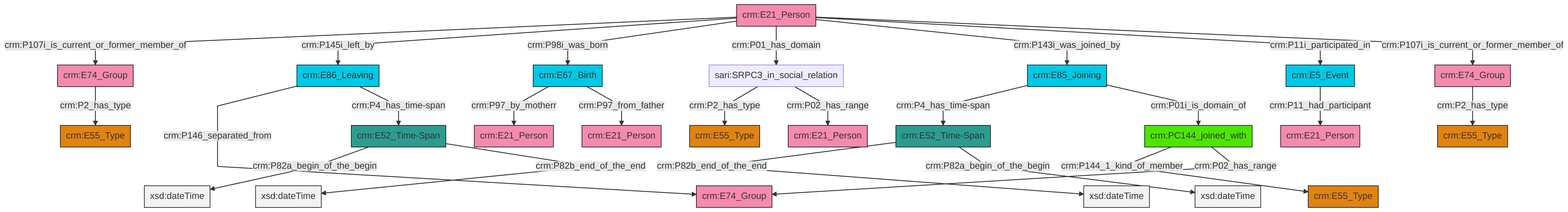
Before: et/personCSV/ttl/mmd/png/Person_Actor_Relations.png, a diagram exported from Mermaid (swiss-art-research-net/docs.swissartresearch). Its source is kept beside it as et/personCSV/ttl/mmd/Person_Actor_Relations.ttl.mmd. Source of this version:
```mermaid
graph TD
classDef Literal fill:#f2f2f2,stroke:#000000;
classDef CRM_Entity fill:#FFFFFF,stroke:#000000;
classDef Temporal_Entity fill:#00C9E6, stroke:#000000;
classDef Type fill:#E18312, stroke:#000000;
classDef Time-Span fill:#2C9C91, stroke:#000000;
classDef Appellation fill:#FFEB7F, stroke:#000000;
classDef Place fill:#008836, stroke:#000000;
classDef Persistent_Item fill:#B266B2, stroke:#000000;
classDef Conceptual_Object fill:#FFD700, stroke:#000000;
classDef Physical_Thing fill:#D2B48C, stroke:#000000;
classDef Actor fill:#f58aad, stroke:#000000;
classDef PC_Classes fill:#4ce600, stroke:#000000;
classDef Multi fill:#cccccc,stroke:#000000;

0["crm:E86_Leaving"]:::Temporal_Entity -->|crm:P146_separated_from| 1["crm:E74_Group"]:::Actor
2["crm:E67_Birth"]:::Temporal_Entity -->|crm:P97_by_motherr| 3["crm:E21_Person"]:::Actor
4["crm:E85_Joining"]:::Temporal_Entity -->|crm:P4_has_time-span| 5["crm:E52_Time-Span"]:::Time-Span
6["crm:E21_Person"]:::Actor -->|crm:P107i_is_current_or_former_member_of| 7["crm:E74_Group"]:::Actor
6["crm:E21_Person"]:::Actor -->|crm:P145i_left_by| 0["crm:E86_Leaving"]:::Temporal_Entity
6["crm:E21_Person"]:::Actor -->|crm:P98i_was_born| 2["crm:E67_Birth"]:::Temporal_Entity
10["crm:E52_Time-Span"]:::Time-Span -->|crm:P82a_begin_of_the_begin| 11[xsd:dateTime]:::Literal
16["crm:E5_Event"]:::Temporal_Entity -->|crm:P11_had_participant| 17["crm:E21_Person"]:::Actor
18["sari:SRPC3_in_social_relation"]:::Default -->|crm:P2_has_type| 19["crm:E55_Type"]:::Type
6["crm:E21_Person"]:::Actor -->|crm:P01_has_domain| 18["sari:SRPC3_in_social_relation"]:::Default
8["crm:E74_Group"]:::Actor -->|crm:P2_has_type| 12["crm:E55_Type"]:::Type
14["crm:PC144_joined_with"]:::PC_Classes -->|crm:P144_1_kind_of_member| 21["crm:E55_Type"]:::Type
7["crm:E74_Group"]:::Actor -->|crm:P2_has_type| 23["crm:E55_Type"]:::Type
6["crm:E21_Person"]:::Actor -->|crm:P143i_was_joined_by| 4["crm:E85_Joining"]:::Temporal_Entity
18["sari:SRPC3_in_social_relation"]:::Default -->|crm:P02_has_range| 27["crm:E21_Person"]:::Actor
5["crm:E52_Time-Span"]:::Time-Span -->|crm:P82b_end_of_the_end| 31[xsd:dateTime]:::Literal
10["crm:E52_Time-Span"]:::Time-Span -->|crm:P82b_end_of_the_end| 33[xsd:dateTime]:::Literal
6["crm:E21_Person"]:::Actor -->|crm:P11i_participated_in| 16["crm:E5_Event"]:::Temporal_Entity
0["crm:E86_Leaving"]:::Temporal_Entity -->|crm:P4_has_time-span| 10["crm:E52_Time-Span"]:::Time-Span
4["crm:E85_Joining"]:::Temporal_Entity -->|crm:P01i_is_domain_of| 14["crm:PC144_joined_with"]:::PC_Classes
2["crm:E67_Birth"]:::Temporal_Entity -->|crm:P97_from_father| 37["crm:E21_Person"]:::Actor
6["crm:E21_Person"]:::Actor -->|crm:P107i_is_current_or_former_member_of| 8["crm:E74_Group"]:::Actor
14["crm:PC144_joined_with"]:::PC_Classes -->|crm:P02_has_range| 1["crm:E74_Group"]:::Actor
5["crm:E52_Time-Span"]:::Time-Span -->|crm:P82a_begin_of_the_begin| 46[xsd:dateTime]:::Literal
```
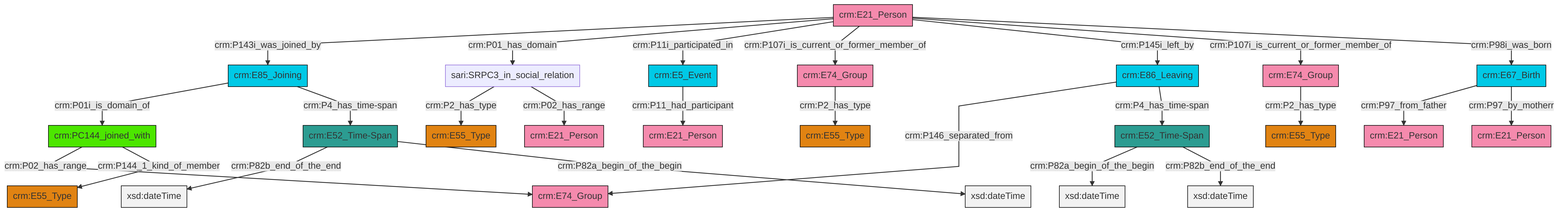
After the commit.

The edit, as a diff of the source:
```diff
@@ -13,27 +13,27 @@
 classDef PC_Classes fill:#4ce600, stroke:#000000;
 classDef Multi fill:#cccccc,stroke:#000000;
 
-0["crm:E86_Leaving"]:::Temporal_Entity -->|crm:P146_separated_from| 1["crm:E74_Group"]:::Actor
-2["crm:E67_Birth"]:::Temporal_Entity -->|crm:P97_by_motherr| 3["crm:E21_Person"]:::Actor
-4["crm:E85_Joining"]:::Temporal_Entity -->|crm:P4_has_time-span| 5["crm:E52_Time-Span"]:::Time-Span
-6["crm:E21_Person"]:::Actor -->|crm:P107i_is_current_or_former_member_of| 7["crm:E74_Group"]:::Actor
-6["crm:E21_Person"]:::Actor -->|crm:P145i_left_by| 0["crm:E86_Leaving"]:::Temporal_Entity
-6["crm:E21_Person"]:::Actor -->|crm:P98i_was_born| 2["crm:E67_Birth"]:::Temporal_Entity
-10["crm:E52_Time-Span"]:::Time-Span -->|crm:P82a_begin_of_the_begin| 11[xsd:dateTime]:::Literal
-16["crm:E5_Event"]:::Temporal_Entity -->|crm:P11_had_participant| 17["crm:E21_Person"]:::Actor
-18["sari:SRPC3_in_social_relation"]:::Default -->|crm:P2_has_type| 19["crm:E55_Type"]:::Type
-6["crm:E21_Person"]:::Actor -->|crm:P01_has_domain| 18["sari:SRPC3_in_social_relation"]:::Default
-8["crm:E74_Group"]:::Actor -->|crm:P2_has_type| 12["crm:E55_Type"]:::Type
-14["crm:PC144_joined_with"]:::PC_Classes -->|crm:P144_1_kind_of_member| 21["crm:E55_Type"]:::Type
-7["crm:E74_Group"]:::Actor -->|crm:P2_has_type| 23["crm:E55_Type"]:::Type
-6["crm:E21_Person"]:::Actor -->|crm:P143i_was_joined_by| 4["crm:E85_Joining"]:::Temporal_Entity
-18["sari:SRPC3_in_social_relation"]:::Default -->|crm:P02_has_range| 27["crm:E21_Person"]:::Actor
-5["crm:E52_Time-Span"]:::Time-Span -->|crm:P82b_end_of_the_end| 31[xsd:dateTime]:::Literal
-10["crm:E52_Time-Span"]:::Time-Span -->|crm:P82b_end_of_the_end| 33[xsd:dateTime]:::Literal
-6["crm:E21_Person"]:::Actor -->|crm:P11i_participated_in| 16["crm:E5_Event"]:::Temporal_Entity
-0["crm:E86_Leaving"]:::Temporal_Entity -->|crm:P4_has_time-span| 10["crm:E52_Time-Span"]:::Time-Span
-4["crm:E85_Joining"]:::Temporal_Entity -->|crm:P01i_is_domain_of| 14["crm:PC144_joined_with"]:::PC_Classes
-2["crm:E67_Birth"]:::Temporal_Entity -->|crm:P97_from_father| 37["crm:E21_Person"]:::Actor
-6["crm:E21_Person"]:::Actor -->|crm:P107i_is_current_or_former_member_of| 8["crm:E74_Group"]:::Actor
-14["crm:PC144_joined_with"]:::PC_Classes -->|crm:P02_has_range| 1["crm:E74_Group"]:::Actor
-5["crm:E52_Time-Span"]:::Time-Span -->|crm:P82a_begin_of_the_begin| 46[xsd:dateTime]:::Literal
+2["crm:E52_Time-Span"]:::Time-Span -->|crm:P82a_begin_of_the_begin| 3[xsd:dateTime]:::Literal
+0["crm:E67_Birth"]:::Temporal_Entity -->|crm:P97_from_father| 4["crm:E21_Person"]:::Actor
+8["crm:E21_Person"]:::Actor -->|crm:P143i_was_joined_by| 5["crm:E85_Joining"]:::Temporal_Entity
+9["sari:SRPC3_in_social_relation"]:::Default -->|crm:P2_has_type| 10["crm:E55_Type"]:::Type
+0["crm:E67_Birth"]:::Temporal_Entity -->|crm:P97_by_motherr| 11["crm:E21_Person"]:::Actor
+8["crm:E21_Person"]:::Actor -->|crm:P01_has_domain| 9["sari:SRPC3_in_social_relation"]:::Default
+12["crm:E74_Group"]:::Actor -->|crm:P2_has_type| 17["crm:E55_Type"]:::Type
+23["crm:E52_Time-Span"]:::Time-Span -->|crm:P82b_end_of_the_end| 24[xsd:dateTime]:::Literal
+25["crm:PC144_joined_with"]:::PC_Classes -->|crm:P02_has_range| 27["crm:E74_Group"]:::Actor
+9["sari:SRPC3_in_social_relation"]:::Default -->|crm:P02_has_range| 28["crm:E21_Person"]:::Actor
+8["crm:E21_Person"]:::Actor -->|crm:P11i_participated_in| 32["crm:E5_Event"]:::Temporal_Entity
+25["crm:PC144_joined_with"]:::PC_Classes -->|crm:P144_1_kind_of_member| 15["crm:E55_Type"]:::Type
+34["crm:E86_Leaving"]:::Temporal_Entity -->|crm:P146_separated_from| 27["crm:E74_Group"]:::Actor
+2["crm:E52_Time-Span"]:::Time-Span -->|crm:P82b_end_of_the_end| 35[xsd:dateTime]:::Literal
+5["crm:E85_Joining"]:::Temporal_Entity -->|crm:P01i_is_domain_of| 25["crm:PC144_joined_with"]:::PC_Classes
+32["crm:E5_Event"]:::Temporal_Entity -->|crm:P11_had_participant| 37["crm:E21_Person"]:::Actor
+8["crm:E21_Person"]:::Actor -->|crm:P107i_is_current_or_former_member_of| 38["crm:E74_Group"]:::Actor
+38["crm:E74_Group"]:::Actor -->|crm:P2_has_type| 21["crm:E55_Type"]:::Type
+8["crm:E21_Person"]:::Actor -->|crm:P145i_left_by| 34["crm:E86_Leaving"]:::Temporal_Entity
+8["crm:E21_Person"]:::Actor -->|crm:P107i_is_current_or_former_member_of| 12["crm:E74_Group"]:::Actor
+34["crm:E86_Leaving"]:::Temporal_Entity -->|crm:P4_has_time-span| 2["crm:E52_Time-Span"]:::Time-Span
+5["crm:E85_Joining"]:::Temporal_Entity -->|crm:P4_has_time-span| 23["crm:E52_Time-Span"]:::Time-Span
+8["crm:E21_Person"]:::Actor -->|crm:P98i_was_born| 0["crm:E67_Birth"]:::Temporal_Entity
+23["crm:E52_Time-Span"]:::Time-Span -->|crm:P82a_begin_of_the_begin| 46[xsd:dateTime]:::Literal
```
